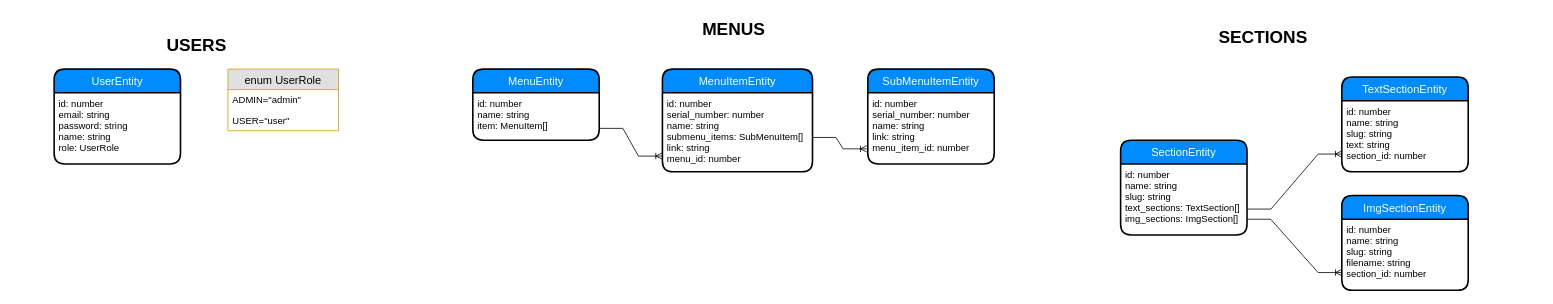
alexsmith-proff/marketplace_of_flowers keeps this draw.io diagram as page "DB" (2 of 2) of Untitled Diagram.drawio. Above is the earlier version. Source tidied: cells renumbered, new cells numbered last; positions are measured from the earlier drawing's top-left corner, leaving out a move shared by most shapes. Both pictures are drawn from the tidied source at 79%, with x=0, y=0 at pixel (54, 13).
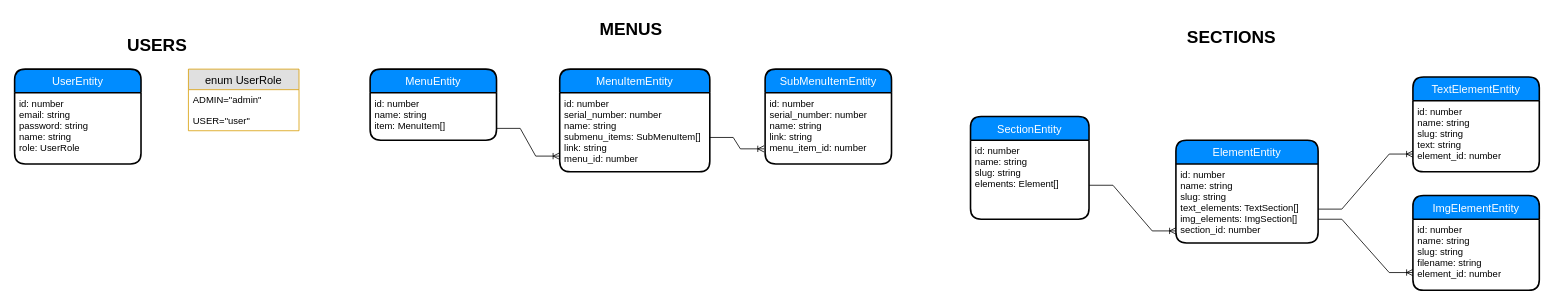
The same page after the edit.

Change to the diagram source:
```diff
@@
     <mxCell id="3" value="enum UserRole" style="swimlane;fontStyle=0;horizontal=1;startSize=26;fillColor=#e0e0e0;swimlaneFillColor=#ffffff;align=center;fontSize=14;strokeColor=#D79B00;" parent="1" vertex="1">
-      <mxGeometry x="220" y="70" width="140" height="78" as="geometry" />
+      <mxGeometry x="170" y="70" width="140" height="78" as="geometry" />
     </mxCell>
@@
     <mxCell id="6" value="UserEntity" style="swimlane;horizontal=1;startSize=30;fillColor=#008cff;fontColor=#FFFFFF;rounded=1;fontSize=14;fontStyle=0;strokeWidth=2;shadow=0;dashed=0;align=center;" parent="1" vertex="1">
-      <mxGeometry y="70" width="160" height="120" as="geometry" />
+      <mxGeometry x="-50" y="70" width="160" height="120" as="geometry" />
     </mxCell>
@@
     <mxCell id="8" value="MENUS" style="text;html=1;align=center;verticalAlign=middle;strokeColor=none;fillColor=none;fontSize=22;fontStyle=1;" parent="1" vertex="1">
-      <mxGeometry x="810" width="100" height="40" as="geometry" />
+      <mxGeometry x="680" width="100" height="40" as="geometry" />
     </mxCell>
     <mxCell id="9" value="MenuEntity" style="swimlane;horizontal=1;startSize=30;fillColor=#008cff;fontColor=#FFFFFF;rounded=1;fontSize=14;fontStyle=0;strokeWidth=2;shadow=0;dashed=0;align=center;" parent="1" vertex="1">
-      <mxGeometry x="530" y="70" width="160" height="90" as="geometry" />
+      <mxGeometry x="400" y="70" width="160" height="90" as="geometry" />
     </mxCell>
@@
     <mxCell id="12" value="USERS" style="text;html=1;align=center;verticalAlign=middle;strokeColor=none;fillColor=none;fontSize=22;fontStyle=1;" parent="1" vertex="1">
-      <mxGeometry x="130" y="20" width="100" height="40" as="geometry" />
+      <mxGeometry x="80" y="20" width="100" height="40" as="geometry" />
     </mxCell>
     <mxCell id="13" value="SECTIONS" style="text;html=1;align=center;verticalAlign=middle;strokeColor=none;fillColor=none;fontSize=22;fontStyle=1;" parent="1" vertex="1">
-      <mxGeometry x="1460" y="10" width="140" height="40" as="geometry" />
+      <mxGeometry x="1420" y="10" width="140" height="40" as="geometry" />
     </mxCell>
-    <mxCell id="14" value="SectionEntity" style="swimlane;horizontal=1;startSize=30;fillColor=#008cff;fontColor=#FFFFFF;rounded=1;fontSize=14;fontStyle=0;strokeWidth=2;shadow=0;dashed=0;align=center;" parent="1" vertex="1">
-      <mxGeometry x="1350" y="160" width="160" height="120" as="geometry" />
+    <mxCell id="14" value="ElementEntity" style="swimlane;horizontal=1;startSize=30;fillColor=#008cff;fontColor=#FFFFFF;rounded=1;fontSize=14;fontStyle=0;strokeWidth=2;shadow=0;dashed=0;align=center;" parent="1" vertex="1">
+      <mxGeometry x="1420" y="160" width="180" height="130" as="geometry" />
     </mxCell>
-    <mxCell id="15" value="id: number&#10;name: string&#10;slug: string&#10;text_sections: TextSection[]&#10;img_sections: ImgSection[]" style="align=left;strokeColor=none;fillColor=none;spacingLeft=4;fontSize=12;verticalAlign=top;" parent="14" vertex="1">
-      <mxGeometry y="30" width="160" height="90" as="geometry" />
+    <mxCell id="15" value="id: number&#10;name: string&#10;slug: string&#10;text_elements: TextSection[]&#10;img_elements: ImgSection[]&#10;section_id: number" style="align=left;strokeColor=none;fillColor=none;spacingLeft=4;fontSize=12;verticalAlign=top;" parent="14" vertex="1">
+      <mxGeometry y="30" width="180" height="100" as="geometry" />
     </mxCell>
-    <mxCell id="16" value="TextSectionEntity" style="swimlane;horizontal=1;startSize=30;fillColor=#008cff;fontColor=#FFFFFF;rounded=1;fontSize=14;fontStyle=0;strokeWidth=2;shadow=0;dashed=0;align=center;" parent="1" vertex="1">
-      <mxGeometry x="1630" y="80" width="160" height="120" as="geometry" />
+    <mxCell id="16" value="TextElementEntity" style="swimlane;horizontal=1;startSize=30;fillColor=#008cff;fontColor=#FFFFFF;rounded=1;fontSize=14;fontStyle=0;strokeWidth=2;shadow=0;dashed=0;align=center;" parent="1" vertex="1">
+      <mxGeometry x="1720" y="80" width="160" height="120" as="geometry" />
     </mxCell>
-    <mxCell id="17" value="id: number&#10;name: string&#10;slug: string&#10;text: string&#10;section_id: number" style="align=left;strokeColor=none;fillColor=none;spacingLeft=4;fontSize=12;verticalAlign=top;" parent="16" vertex="1">
+    <mxCell id="17" value="id: number&#10;name: string&#10;slug: string&#10;text: string&#10;element_id: number" style="align=left;strokeColor=none;fillColor=none;spacingLeft=4;fontSize=12;verticalAlign=top;" parent="16" vertex="1">
       <mxGeometry y="30" width="160" height="90" as="geometry" />
     </mxCell>
-    <mxCell id="18" value="ImgSectionEntity" style="swimlane;horizontal=1;startSize=30;fillColor=#008cff;fontColor=#FFFFFF;rounded=1;fontSize=14;fontStyle=0;strokeWidth=2;shadow=0;dashed=0;align=center;" parent="1" vertex="1">
-      <mxGeometry x="1630" y="230" width="160" height="120" as="geometry" />
+    <mxCell id="18" value="ImgElementEntity" style="swimlane;horizontal=1;startSize=30;fillColor=#008cff;fontColor=#FFFFFF;rounded=1;fontSize=14;fontStyle=0;strokeWidth=2;shadow=0;dashed=0;align=center;" parent="1" vertex="1">
+      <mxGeometry x="1720" y="230" width="160" height="120" as="geometry" />
     </mxCell>
-    <mxCell id="19" value="id: number&#10;name: string&#10;slug: string&#10;filename: string&#10;section_id: number" style="align=left;strokeColor=none;fillColor=none;spacingLeft=4;fontSize=12;verticalAlign=top;" parent="18" vertex="1">
+    <mxCell id="19" value="id: number&#10;name: string&#10;slug: string&#10;filename: string&#10;element_id: number" style="align=left;strokeColor=none;fillColor=none;spacingLeft=4;fontSize=12;verticalAlign=top;" parent="18" vertex="1">
       <mxGeometry y="30" width="160" height="90" as="geometry" />
     </mxCell>
-    <mxCell id="20" style="edgeStyle=entityRelationEdgeStyle;fontSize=12;html=1;endArrow=ERoneToMany;rounded=0;entryX=0;entryY=0.75;entryDx=0;entryDy=0;exitX=1.002;exitY=0.635;exitDx=0;exitDy=0;exitPerimeter=0;" parent="1" edge="1" source="15" target="17">
+    <mxCell id="20" style="edgeStyle=entityRelationEdgeStyle;fontSize=12;html=1;endArrow=ERoneToMany;rounded=0;entryX=0;entryY=0.75;entryDx=0;entryDy=0;exitX=1;exitY=0.572;exitDx=0;exitDy=0;exitPerimeter=0;" parent="1" edge="1" source="15" target="17">
       <mxGeometry relative="1" as="geometry" />
     </mxCell>
-    <mxCell id="21" style="edgeStyle=entityRelationEdgeStyle;fontSize=12;html=1;endArrow=ERoneToMany;rounded=0;entryX=0;entryY=0.75;entryDx=0;entryDy=0;exitX=1;exitY=0.778;exitDx=0;exitDy=0;exitPerimeter=0;" parent="1" edge="1" source="15" target="19">
-      <mxGeometry relative="1" as="geometry" />
+    <mxCell id="21" style="edgeStyle=entityRelationEdgeStyle;fontSize=12;html=1;endArrow=ERoneToMany;rounded=0;entryX=0;entryY=0.75;entryDx=0;entryDy=0;" parent="1" edge="1" target="19">
+      <mxGeometry relative="1" as="geometry">
+        <mxPoint x="1600" y="260" as="sourcePoint" />
+      </mxGeometry>
     </mxCell>
     <mxCell id="22" value="SubMenuItemEntity" style="swimlane;horizontal=1;startSize=30;fillColor=#008cff;fontColor=#FFFFFF;rounded=1;fontSize=14;fontStyle=0;strokeWidth=2;shadow=0;dashed=0;align=center;" parent="1" vertex="1">
-      <mxGeometry x="1030" y="70" width="160" height="120" as="geometry" />
+      <mxGeometry x="900" y="70" width="160" height="120" as="geometry" />
     </mxCell>
@@
     <mxCell id="24" value="MenuItemEntity" style="swimlane;horizontal=1;startSize=30;fillColor=#008cff;fontColor=#FFFFFF;rounded=1;fontSize=14;fontStyle=0;strokeWidth=2;shadow=0;dashed=0;align=center;" parent="1" vertex="1">
-      <mxGeometry x="770" y="70" width="190" height="130" as="geometry" />
+      <mxGeometry x="640" y="70" width="190" height="130" as="geometry" />
     </mxCell>
@@
+    <mxCell id="26" value="SectionEntity" style="swimlane;horizontal=1;startSize=30;fillColor=#008cff;fontColor=#FFFFFF;rounded=1;fontSize=14;fontStyle=0;strokeWidth=2;shadow=0;dashed=0;align=center;" parent="1" vertex="1">
+      <mxGeometry x="1160" y="130" width="150" height="130" as="geometry" />
+    </mxCell>
+    <mxCell id="27" value="id: number&#10;name: string&#10;slug: string&#10;elements: Element[]" style="align=left;strokeColor=none;fillColor=none;spacingLeft=4;fontSize=12;verticalAlign=top;" parent="26" vertex="1">
+      <mxGeometry y="30" width="150" height="100" as="geometry" />
+    </mxCell>
+    <mxCell id="28" style="edgeStyle=entityRelationEdgeStyle;fontSize=12;html=1;endArrow=ERoneToMany;rounded=0;entryX=0;entryY=0.848;entryDx=0;entryDy=0;exitX=1.002;exitY=0.57;exitDx=0;exitDy=0;exitPerimeter=0;entryPerimeter=0;" parent="1" edge="1" source="27" target="15">
+      <mxGeometry relative="1" as="geometry" />
+    </mxCell>
```
